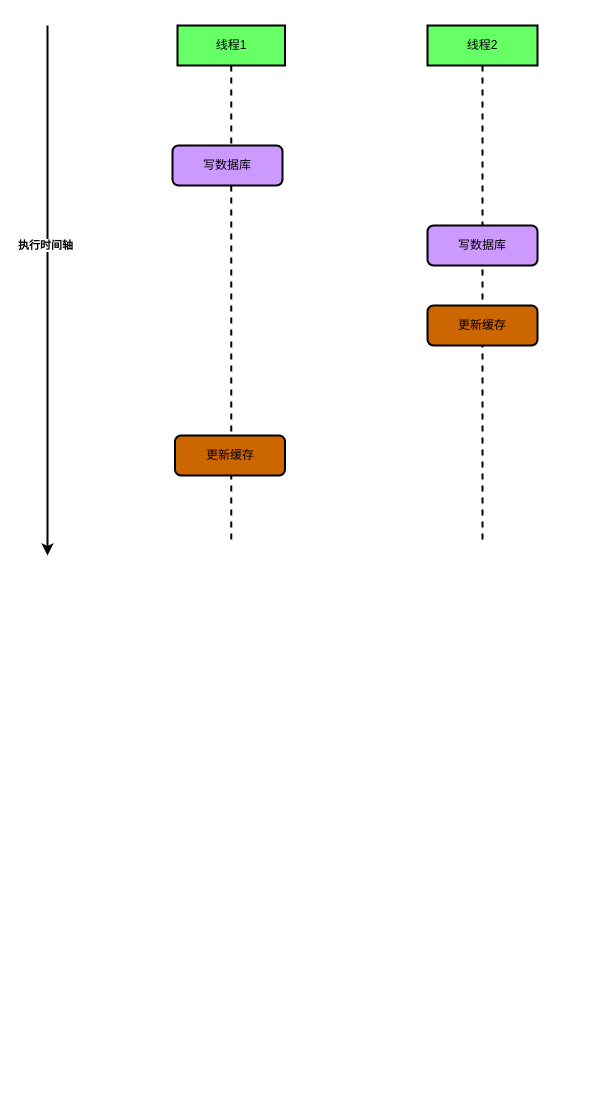
Earlier version of the draw.io diagram page "双写不一致情况" (1 of 2) of redis/缓存与数据库双写不一致.drawio (LiHuiBin1995/study-java). Source tidied: cells renumbered, new cells numbered last; positions are measured from the earlier drawing's top-left corner, leaving out a move shared by most shapes. Both pictures are drawn from the tidied source at 100%, with x=0, y=0 at pixel (47, 25).
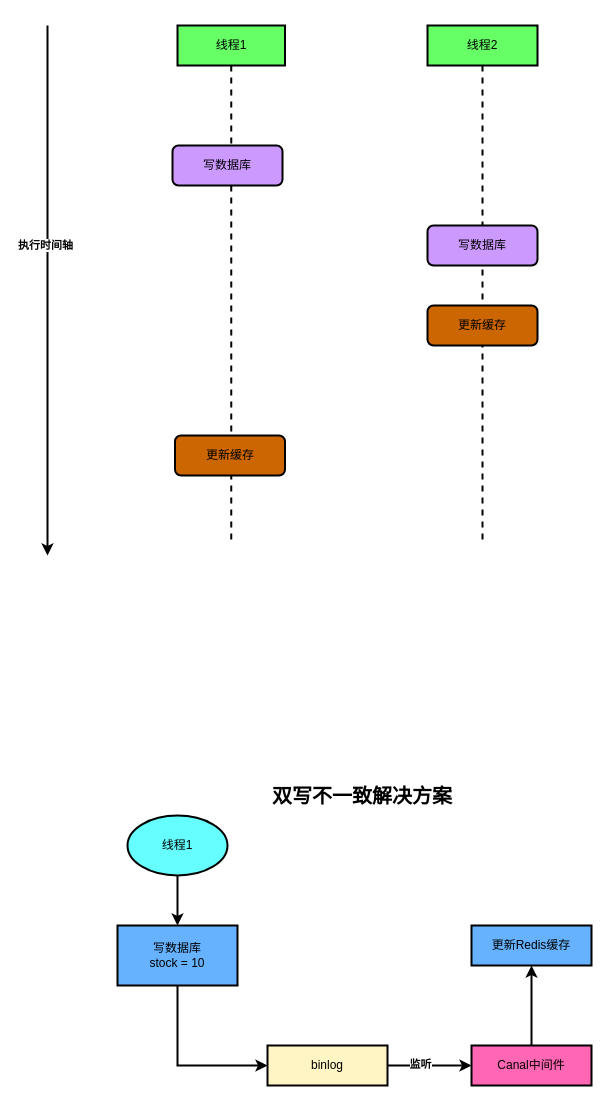
The same page after the edit.

Commit message (it also covers changes not shown here):
更新缓存与数据库双写不一致.drawio

The edit, as a diff of the source:
```diff
@@
+    <mxCell id="10" style="group;" parent="1" vertex="1">
+      <mxGeometry x="70" y="750" width="474" height="310" as="geometry" />
+    </mxCell>
+    <mxCell id="11" value="线程1" style="ellipse;whiteSpace=wrap;html=1;strokeWidth=2;fillColor=#66FFFF;" parent="10" vertex="1">
+      <mxGeometry x="10" y="40" width="100" height="60" as="geometry" />
+    </mxCell>
+    <mxCell id="12" value="写数据库&lt;br&gt;stock = 10" style="whiteSpace=wrap;html=1;strokeWidth=2;fillColor=#66B2FF;" parent="10" vertex="1">
+      <mxGeometry y="150" width="120" height="60" as="geometry" />
+    </mxCell>
+    <mxCell id="13" style="edgeStyle=orthogonalEdgeStyle;rounded=0;jettySize=auto;html=1;strokeWidth=2;" parent="10" edge="1" source="11" target="12">
+      <mxGeometry relative="1" as="geometry" />
+    </mxCell>
+    <mxCell id="14" value="binlog" style="whiteSpace=wrap;html=1;strokeWidth=2;fillColor=#FFF4C3;" parent="10" vertex="1">
+      <mxGeometry x="150" y="270" width="120" height="40" as="geometry" />
+    </mxCell>
+    <mxCell id="15" style="edgeStyle=orthogonalEdgeStyle;rounded=0;jettySize=auto;html=1;strokeWidth=2;entryX=0;entryY=0.5;entryDx=0;entryDy=0;exitX=0.5;exitY=1;exitDx=0;exitDy=0;" parent="10" edge="1" source="12" target="14">
+      <mxGeometry relative="1" as="geometry" />
+    </mxCell>
+    <mxCell id="16" value="Canal中间件" style="whiteSpace=wrap;html=1;strokeWidth=2;fillColor=#FF66B3;" parent="10" vertex="1">
+      <mxGeometry x="354" y="270" width="120" height="40" as="geometry" />
+    </mxCell>
+    <mxCell id="17" style="edgeStyle=orthogonalEdgeStyle;rounded=0;jettySize=auto;html=1;strokeWidth=2;" parent="10" edge="1" source="14" target="16">
+      <mxGeometry relative="1" as="geometry" />
+    </mxCell>
+    <mxCell id="18" value="监听" style="edgeLabel;html=1;align=center;verticalAlign=middle;fontStyle=1;" parent="17" vertex="1">
+      <mxGeometry x="-0.23" y="2" relative="1" as="geometry" />
+    </mxCell>
+    <mxCell id="19" value="更新Redis缓存" style="whiteSpace=wrap;html=1;strokeWidth=2;fillColor=#66B2FF;" parent="10" vertex="1">
+      <mxGeometry x="354" y="150" width="120" height="40" as="geometry" />
+    </mxCell>
+    <mxCell id="20" style="edgeStyle=orthogonalEdgeStyle;rounded=0;jettySize=auto;html=1;strokeWidth=2;" parent="10" edge="1" source="16" target="19">
+      <mxGeometry relative="1" as="geometry" />
+    </mxCell>
+    <mxCell id="21" value="&lt;b&gt;&lt;font style=&quot;font-size: 20px&quot;&gt;双写不一致解决方案&lt;/font&gt;&lt;/b&gt;" style="text;html=1;strokeColor=none;fillColor=none;align=center;verticalAlign=middle;whiteSpace=wrap;rounded=0;" parent="10" vertex="1">
+      <mxGeometry x="150" width="190" height="40" as="geometry" />
+    </mxCell>
```
